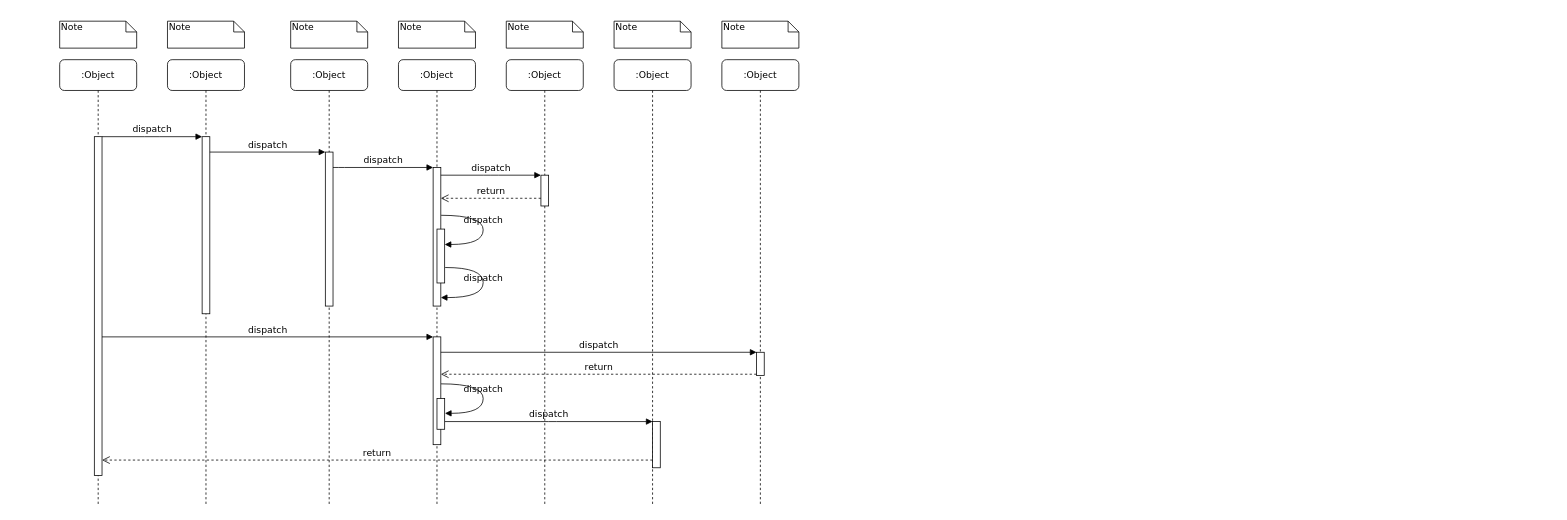
Earlier version of the draw.io diagram DiagramaSecuenciaComercio.drawio (mvespin1/DiagramasArquitecturaGrupo2). Source tidied: cells renumbered, new cells numbered last; positions are measured from the earlier drawing's top-left corner, leaving out a move shared by most shapes. Both pictures are drawn from the tidied source at 77%, with x=0, y=0 at pixel (59, 21).
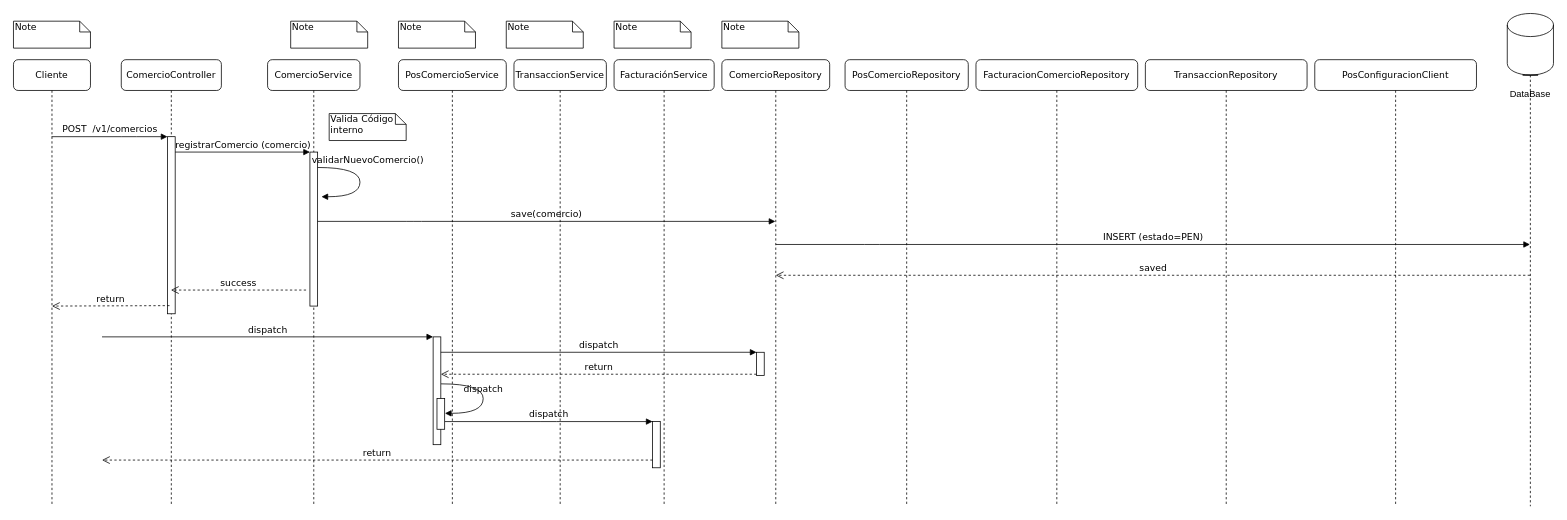
After the change.

The change refers to these unchanged cells:
```xml
<mxCell id="17" style="html=1;points=[];perimeter=orthogonalPerimeter;rounded=0;shadow=0;comic=0;labelBackgroundColor=none;strokeWidth=1;fontFamily=Verdana;fontSize=12;align=center;" parent="1" vertex="1">
  <mxGeometry x="485" y="410" width="10" height="140" as="geometry" />
</mxCell>
<mxCell id="22" style="html=1;points=[];perimeter=orthogonalPerimeter;rounded=0;shadow=0;comic=0;labelBackgroundColor=none;strokeWidth=1;fontFamily=Verdana;fontSize=12;align=center;" parent="1" vertex="1">
  <mxGeometry x="770" y="520" width="10" height="60" as="geometry" />
</mxCell>
```

What changed in the source:
```diff
@@
-    <mxCell id="2" value=":Object" style="shape=umlLifeline;perimeter=lifelinePerimeter;whiteSpace=wrap;html=1;outlineConnect=0;rounded=1;shadow=0;comic=0;labelBackgroundColor=none;strokeWidth=1;fontFamily=Verdana;fontSize=12;align=center;" parent="1" vertex="1">
-      <mxGeometry x="140" y="50" width="100" height="580" as="geometry" />
+    <mxCell id="2" value="ComercioController" style="shape=umlLifeline;perimeter=lifelinePerimeter;whiteSpace=wrap;html=1;outlineConnect=0;rounded=1;shadow=0;comic=0;labelBackgroundColor=none;strokeWidth=1;fontFamily=Verdana;fontSize=12;align=center;" parent="1" vertex="1">
+      <mxGeometry x="80" y="50" width="130" height="580" as="geometry" />
     </mxCell>
     <mxCell id="3" style="html=1;points=[];perimeter=orthogonalPerimeter;rounded=0;shadow=0;comic=0;labelBackgroundColor=none;strokeWidth=1;fontFamily=Verdana;fontSize=12;align=center;" parent="2" vertex="1">
-      <mxGeometry x="45" y="100" width="10" height="230" as="geometry" />
+      <mxGeometry x="60" y="100" width="10" height="230" as="geometry" />
     </mxCell>
-    <mxCell id="4" value=":Object" style="shape=umlLifeline;perimeter=lifelinePerimeter;whiteSpace=wrap;html=1;rounded=1;shadow=0;comic=0;labelBackgroundColor=none;strokeWidth=1;fontFamily=Verdana;fontSize=12;align=center;" parent="1" vertex="1">
-      <mxGeometry x="300" y="50" width="100" height="580" as="geometry" />
+    <mxCell id="4" value="ComercioService" style="shape=umlLifeline;perimeter=lifelinePerimeter;whiteSpace=wrap;html=1;rounded=1;shadow=0;comic=0;labelBackgroundColor=none;strokeWidth=1;fontFamily=Verdana;fontSize=12;align=center;" parent="1" vertex="1">
+      <mxGeometry x="270" y="50" width="120" height="580" as="geometry" />
     </mxCell>
     <mxCell id="5" style="html=1;points=[];perimeter=orthogonalPerimeter;rounded=0;shadow=0;comic=0;labelBackgroundColor=none;strokeWidth=1;fontFamily=Verdana;fontSize=12;align=center;" parent="4" vertex="1">
-      <mxGeometry x="45" y="120" width="10" height="200" as="geometry" />
+      <mxGeometry x="55" y="120" width="10" height="200" as="geometry" />
     </mxCell>
+    <mxCell id="39" value="success" style="html=1;verticalAlign=bottom;endArrow=open;dashed=1;endSize=8;labelBackgroundColor=none;fontFamily=Verdana;fontSize=12;edgeStyle=elbowEdgeStyle;elbow=vertical;" parent="4" edge="1" target="2">
+      <mxGeometry relative="1" as="geometry">
+        <mxPoint x="50" y="299.2" as="sourcePoint" />
+        <Array as="points">
+          <mxPoint x="-5" y="299.2" />
+          <mxPoint x="25" y="299.2" />
+        </Array>
+      </mxGeometry>
+    </mxCell>
+    <mxCell id="40" value="validarNuevoComercio()" style="html=1;verticalAlign=bottom;endArrow=block;labelBackgroundColor=none;fontFamily=Verdana;fontSize=12;elbow=vertical;edgeStyle=orthogonalEdgeStyle;curved=1;entryX=1;entryY=0.286;entryPerimeter=0;exitX=1.038;exitY=0.345;exitPerimeter=0;" parent="4" edge="1">
+      <mxGeometry x="-0.23" y="10" relative="1" as="geometry">
+        <mxPoint x="65" y="140" as="sourcePoint" />
+        <mxPoint x="70" y="178" as="targetPoint" />
+        <Array as="points">
+          <mxPoint x="120" y="140" />
+          <mxPoint x="120" y="178" />
+        </Array>
+      </mxGeometry>
+    </mxCell>
-    <mxCell id="6" value=":Object" style="shape=umlLifeline;perimeter=lifelinePerimeter;whiteSpace=wrap;html=1;rounded=1;shadow=0;comic=0;labelBackgroundColor=none;strokeWidth=1;fontFamily=Verdana;fontSize=12;align=center;" parent="1" vertex="1">
-      <mxGeometry x="440" y="50" width="100" height="580" as="geometry" />
+    <mxCell id="6" value="PosComercioService" style="shape=umlLifeline;perimeter=lifelinePerimeter;whiteSpace=wrap;html=1;rounded=1;shadow=0;comic=0;labelBackgroundColor=none;strokeWidth=1;fontFamily=Verdana;fontSize=12;align=center;" parent="1" vertex="1">
+      <mxGeometry x="440" y="50" width="140" height="580" as="geometry" />
     </mxCell>
-    <mxCell id="7" value=":Object" style="shape=umlLifeline;perimeter=lifelinePerimeter;whiteSpace=wrap;html=1;rounded=1;shadow=0;comic=0;labelBackgroundColor=none;strokeWidth=1;fontFamily=Verdana;fontSize=12;align=center;" parent="1" vertex="1">
-      <mxGeometry x="580" y="50" width="100" height="580" as="geometry" />
+    <mxCell id="7" value="TransaccionService" style="shape=umlLifeline;perimeter=lifelinePerimeter;whiteSpace=wrap;html=1;rounded=1;shadow=0;comic=0;labelBackgroundColor=none;strokeWidth=1;fontFamily=Verdana;fontSize=12;align=center;" parent="1" vertex="1">
+      <mxGeometry x="590" y="50" width="120" height="580" as="geometry" />
     </mxCell>
-    <mxCell id="8" value=":Object" style="shape=umlLifeline;perimeter=lifelinePerimeter;whiteSpace=wrap;html=1;rounded=1;shadow=0;comic=0;labelBackgroundColor=none;strokeWidth=1;fontFamily=Verdana;fontSize=12;align=center;" parent="1" vertex="1">
-      <mxGeometry x="720" y="50" width="100" height="580" as="geometry" />
+    <mxCell id="8" value="FacturaciónService" style="shape=umlLifeline;perimeter=lifelinePerimeter;whiteSpace=wrap;html=1;rounded=1;shadow=0;comic=0;labelBackgroundColor=none;strokeWidth=1;fontFamily=Verdana;fontSize=12;align=center;" parent="1" vertex="1">
+      <mxGeometry x="720" y="50" width="130" height="580" as="geometry" />
     </mxCell>
-    <mxCell id="9" value=":Object" style="shape=umlLifeline;perimeter=lifelinePerimeter;whiteSpace=wrap;html=1;outlineConnect=0;rounded=1;shadow=0;comic=0;labelBackgroundColor=none;strokeWidth=1;fontFamily=Verdana;fontSize=12;align=center;" parent="1" vertex="1">
-      <mxGeometry x="860" y="50" width="100" height="580" as="geometry" />
+    <mxCell id="9" value="ComercioRepository" style="shape=umlLifeline;perimeter=lifelinePerimeter;whiteSpace=wrap;html=1;outlineConnect=0;rounded=1;shadow=0;comic=0;labelBackgroundColor=none;strokeWidth=1;fontFamily=Verdana;fontSize=12;align=center;" parent="1" vertex="1">
+      <mxGeometry x="860" y="50" width="140" height="580" as="geometry" />
     </mxCell>
-    <mxCell id="10" value=":Object" style="shape=umlLifeline;perimeter=lifelinePerimeter;whiteSpace=wrap;html=1;outlineConnect=0;rounded=1;shadow=0;comic=0;labelBackgroundColor=none;strokeWidth=1;fontFamily=Verdana;fontSize=12;align=center;" parent="1" vertex="1">
-      <mxGeometry y="50" width="100" height="580" as="geometry" />
+    <mxCell id="10" value="Cliente" style="shape=umlLifeline;perimeter=lifelinePerimeter;whiteSpace=wrap;html=1;outlineConnect=0;rounded=1;shadow=0;comic=0;labelBackgroundColor=none;strokeWidth=1;fontFamily=Verdana;fontSize=12;align=center;" parent="1" vertex="1">
+      <mxGeometry x="-60" y="50" width="100" height="580" as="geometry" />
     </mxCell>
-    <mxCell id="11" style="html=1;points=[];perimeter=orthogonalPerimeter;rounded=0;shadow=0;comic=0;labelBackgroundColor=none;strokeWidth=1;fontFamily=Verdana;fontSize=12;align=center;" parent="10" vertex="1">
-      <mxGeometry x="45" y="100" width="10" height="440" as="geometry" />
-    </mxCell>
-    <mxCell id="12" style="html=1;points=[];perimeter=orthogonalPerimeter;rounded=0;shadow=0;comic=0;labelBackgroundColor=none;strokeWidth=1;fontFamily=Verdana;fontSize=12;align=center;" parent="1" vertex="1">
-      <mxGeometry x="485" y="190" width="10" height="180" as="geometry" />
-    </mxCell>
-    <mxCell id="13" value="dispatch" style="html=1;verticalAlign=bottom;endArrow=block;labelBackgroundColor=none;fontFamily=Verdana;fontSize=12;edgeStyle=elbowEdgeStyle;elbow=vertical;" parent="1" edge="1" source="5" target="12">
+    <mxCell id="13" value="save(comercio)" style="html=1;verticalAlign=bottom;endArrow=block;labelBackgroundColor=none;fontFamily=Verdana;fontSize=12;edgeStyle=elbowEdgeStyle;elbow=vertical;" parent="1" edge="1" source="5" target="9">
       <mxGeometry relative="1" as="geometry">
         <Array as="points">
+          <mxPoint x="460" y="260" />
           <mxPoint x="360" y="190" />
         </Array>
       </mxGeometry>
     </mxCell>
-    <mxCell id="14" style="html=1;points=[];perimeter=orthogonalPerimeter;rounded=0;shadow=0;comic=0;labelBackgroundColor=none;strokeWidth=1;fontFamily=Verdana;fontSize=12;align=center;" parent="1" vertex="1">
-      <mxGeometry x="625" y="200" width="10" height="40" as="geometry" />
-    </mxCell>
-    <mxCell id="15" value="dispatch" style="html=1;verticalAlign=bottom;endArrow=block;entryX=0;entryY=0;labelBackgroundColor=none;fontFamily=Verdana;fontSize=12;edgeStyle=elbowEdgeStyle;elbow=vertical;" parent="1" edge="1" source="12" target="14">
-      <mxGeometry relative="1" as="geometry" />
-    </mxCell>
-    <mxCell id="16" value="return" style="html=1;verticalAlign=bottom;endArrow=open;dashed=1;endSize=8;labelBackgroundColor=none;fontFamily=Verdana;fontSize=12;edgeStyle=elbowEdgeStyle;elbow=vertical;" parent="1" edge="1" source="14" target="12">
-      <mxGeometry relative="1" as="geometry">
-        <Array as="points">
-          <mxPoint x="570" y="230" />
-          <mxPoint x="600" y="230" />
-        </Array>
-      </mxGeometry>
-    </mxCell>
@@
-    <mxCell id="18" value="dispatch" style="html=1;verticalAlign=bottom;endArrow=block;entryX=0;entryY=0;labelBackgroundColor=none;fontFamily=Verdana;fontSize=12;" parent="1" edge="1" source="11" target="17">
-      <mxGeometry relative="1" as="geometry" />
+    <mxCell id="18" value="dispatch" style="html=1;verticalAlign=bottom;endArrow=block;entryX=0;entryY=0;labelBackgroundColor=none;fontFamily=Verdana;fontSize=12;" parent="1" edge="1" target="17">
+      <mxGeometry relative="1" as="geometry">
+        <mxPoint x="55" y="410" as="sourcePoint" />
+      </mxGeometry>
     </mxCell>
@@
-    <mxCell id="24" value="return" style="html=1;verticalAlign=bottom;endArrow=open;dashed=1;endSize=8;labelBackgroundColor=none;fontFamily=Verdana;fontSize=12;edgeStyle=elbowEdgeStyle;elbow=vertical;" parent="1" edge="1" source="22" target="11">
+    <mxCell id="24" value="return" style="html=1;verticalAlign=bottom;endArrow=open;dashed=1;endSize=8;labelBackgroundColor=none;fontFamily=Verdana;fontSize=12;edgeStyle=elbowEdgeStyle;elbow=vertical;" parent="1" edge="1" source="22">
       <mxGeometry relative="1" as="geometry">
+        <mxPoint x="55" y="570" as="targetPoint" />
         <Array as="points">
           <mxPoint x="470" y="570" />
         </Array>
       </mxGeometry>
     </mxCell>
-    <mxCell id="25" value="dispatch" style="html=1;verticalAlign=bottom;endArrow=block;entryX=0;entryY=0;labelBackgroundColor=none;fontFamily=Verdana;fontSize=12;edgeStyle=elbowEdgeStyle;elbow=vertical;" parent="1" edge="1" source="11" target="3">
+    <mxCell id="25" value="POST&amp;nbsp; /v1/comercios" style="html=1;verticalAlign=bottom;endArrow=block;entryX=0;entryY=0;labelBackgroundColor=none;fontFamily=Verdana;fontSize=12;edgeStyle=elbowEdgeStyle;elbow=vertical;" parent="1" edge="1" source="10" target="3">
       <mxGeometry relative="1" as="geometry" />
     </mxCell>
-    <mxCell id="26" value="dispatch" style="html=1;verticalAlign=bottom;endArrow=block;entryX=0;entryY=0;labelBackgroundColor=none;fontFamily=Verdana;fontSize=12;edgeStyle=elbowEdgeStyle;elbow=vertical;" parent="1" edge="1" source="3" target="5">
+    <mxCell id="26" value="registrarComercio (comercio)" style="html=1;verticalAlign=bottom;endArrow=block;entryX=0;entryY=0;labelBackgroundColor=none;fontFamily=Verdana;fontSize=12;edgeStyle=elbowEdgeStyle;elbow=vertical;" parent="1" edge="1" source="3" target="5">
       <mxGeometry relative="1" as="geometry" />
     </mxCell>
-    <mxCell id="27" style="html=1;points=[];perimeter=orthogonalPerimeter;rounded=0;shadow=0;comic=0;labelBackgroundColor=none;strokeWidth=1;fontFamily=Verdana;fontSize=12;align=center;" parent="1" vertex="1">
-      <mxGeometry x="490" y="270" width="10" height="70" as="geometry" />
-    </mxCell>
-    <mxCell id="28" value="dispatch" style="html=1;verticalAlign=bottom;endArrow=block;labelBackgroundColor=none;fontFamily=Verdana;fontSize=12;elbow=vertical;edgeStyle=orthogonalEdgeStyle;curved=1;entryX=1;entryY=0.286;entryPerimeter=0;exitX=1.038;exitY=0.345;exitPerimeter=0;" parent="1" edge="1" source="12" target="27">
-      <mxGeometry relative="1" as="geometry">
-        <Array as="points">
-          <mxPoint x="550" y="252" />
-          <mxPoint x="550" y="290" />
-        </Array>
-      </mxGeometry>
-    </mxCell>
-    <mxCell id="29" value="dispatch" style="html=1;verticalAlign=bottom;endArrow=block;labelBackgroundColor=none;fontFamily=Verdana;fontSize=12;elbow=vertical;edgeStyle=orthogonalEdgeStyle;curved=1;exitX=1.066;exitY=0.713;exitPerimeter=0;" parent="1" edge="1" source="27">
-      <mxGeometry relative="1" as="geometry">
-        <mxPoint x="495" y="359" as="targetPoint" />
-        <Array as="points">
-          <mxPoint x="550" y="320" />
-          <mxPoint x="550" y="359" />
-        </Array>
-      </mxGeometry>
-    </mxCell>
@@
     <mxCell id="32" value="Note" style="shape=note;whiteSpace=wrap;html=1;size=14;verticalAlign=top;align=left;spacingTop=-6;rounded=0;shadow=0;comic=0;labelBackgroundColor=none;strokeWidth=1;fontFamily=Verdana;fontSize=12;" parent="1" vertex="1">
-      <mxGeometry width="100" height="35" as="geometry" />
+      <mxGeometry x="-60" width="100" height="35" as="geometry" />
     </mxCell>
-    <mxCell id="33" value="Note" style="shape=note;whiteSpace=wrap;html=1;size=14;verticalAlign=top;align=left;spacingTop=-6;rounded=0;shadow=0;comic=0;labelBackgroundColor=none;strokeWidth=1;fontFamily=Verdana;fontSize=12;" parent="1" vertex="1">
-      <mxGeometry x="140" width="100" height="35" as="geometry" />
+    <mxCell id="33" value="Valida Código interno" style="shape=note;whiteSpace=wrap;html=1;size=14;verticalAlign=top;align=left;spacingTop=-6;rounded=0;shadow=0;comic=0;labelBackgroundColor=none;strokeWidth=1;fontFamily=Verdana;fontSize=12;" parent="1" vertex="1">
+      <mxGeometry x="350" y="120" width="100" height="35" as="geometry" />
     </mxCell>
@@
+    <mxCell id="41" value="PosComercioRepository" style="shape=umlLifeline;perimeter=lifelinePerimeter;whiteSpace=wrap;html=1;rounded=1;shadow=0;comic=0;labelBackgroundColor=none;strokeWidth=1;fontFamily=Verdana;fontSize=12;align=center;" parent="1" vertex="1">
+      <mxGeometry x="1020" y="50" width="160" height="580" as="geometry" />
+    </mxCell>
+    <mxCell id="42" value="FacturacionComercioRepository" style="shape=umlLifeline;perimeter=lifelinePerimeter;whiteSpace=wrap;html=1;rounded=1;shadow=0;comic=0;labelBackgroundColor=none;strokeWidth=1;fontFamily=Verdana;fontSize=12;align=center;" parent="1" vertex="1">
+      <mxGeometry x="1190" y="50" width="210" height="580" as="geometry" />
+    </mxCell>
+    <mxCell id="43" value="INSERT (estado=PEN)" style="html=1;verticalAlign=bottom;endArrow=block;labelBackgroundColor=none;fontFamily=Verdana;fontSize=12;edgeStyle=elbowEdgeStyle;elbow=vertical;" parent="42" edge="1" target="49">
+      <mxGeometry relative="1" as="geometry">
+        <mxPoint x="-260" y="240" as="sourcePoint" />
+        <Array as="points">
+          <mxPoint x="-135" y="240" />
+          <mxPoint x="-235" y="170" />
+        </Array>
+      </mxGeometry>
+    </mxCell>
+    <mxCell id="44" value="saved" style="html=1;verticalAlign=bottom;endArrow=open;dashed=1;endSize=8;labelBackgroundColor=none;fontFamily=Verdana;fontSize=12;" parent="42" edge="1" source="49">
+      <mxGeometry relative="1" as="geometry">
+        <mxPoint x="-260" y="280" as="targetPoint" />
+      </mxGeometry>
+    </mxCell>
+    <mxCell id="45" value="TransaccionRepository" style="shape=umlLifeline;perimeter=lifelinePerimeter;whiteSpace=wrap;html=1;rounded=1;shadow=0;comic=0;labelBackgroundColor=none;strokeWidth=1;fontFamily=Verdana;fontSize=12;align=center;" parent="1" vertex="1">
+      <mxGeometry x="1410" y="50" width="210" height="580" as="geometry" />
+    </mxCell>
+    <mxCell id="46" value="PosConfiguracionClient" style="shape=umlLifeline;perimeter=lifelinePerimeter;whiteSpace=wrap;html=1;rounded=1;shadow=0;comic=0;labelBackgroundColor=none;strokeWidth=1;fontFamily=Verdana;fontSize=12;align=center;" parent="1" vertex="1">
+      <mxGeometry x="1630" y="50" width="210" height="580" as="geometry" />
+    </mxCell>
+    <mxCell id="47" style="shape=cylinder3;whiteSpace=wrap;html=1;boundedLbl=1;backgroundOutline=1;size=15;" parent="1" vertex="1">
+      <mxGeometry x="1880" y="-10" width="60" height="80" as="geometry" />
+    </mxCell>
+    <mxCell id="48" value="DataBase" style="text;html=1;align=center;verticalAlign=middle;whiteSpace=wrap;rounded=0;" parent="1" vertex="1">
+      <mxGeometry x="1880" y="80" width="60" height="30" as="geometry" />
+    </mxCell>
+    <mxCell id="49" style="shape=umlLifeline;perimeter=lifelinePerimeter;whiteSpace=wrap;html=1;outlineConnect=0;portConstraint=eastwest;newEdgeStyle={&quot;curved&quot;:0,&quot;rounded&quot;:0};participant=umlActor;size=0;" parent="1" vertex="1">
+      <mxGeometry x="1900" y="70" width="20" height="560" as="geometry" />
+    </mxCell>
+    <mxCell id="16" value="return" style="html=1;verticalAlign=bottom;endArrow=open;dashed=1;endSize=8;labelBackgroundColor=none;fontFamily=Verdana;fontSize=12;edgeStyle=elbowEdgeStyle;elbow=vertical;exitX=0.267;exitY=0.954;exitDx=0;exitDy=0;exitPerimeter=0;" parent="1" edge="1" source="3">
+      <mxGeometry relative="1" as="geometry">
+        <mxPoint x="-10" y="370" as="targetPoint" />
+        <Array as="points">
+          <mxPoint x="65" y="370" />
+          <mxPoint x="95" y="370" />
+        </Array>
+      </mxGeometry>
+    </mxCell>
```
